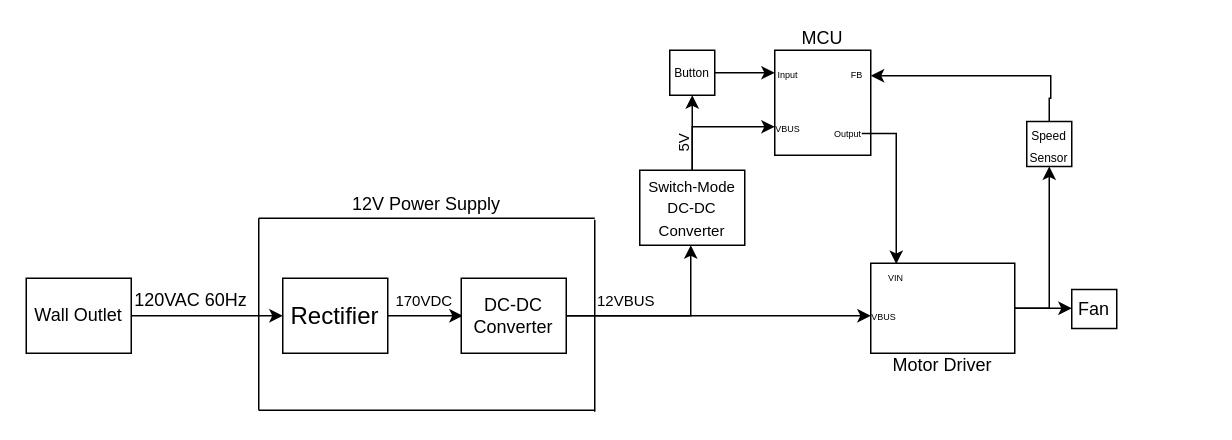
CodeAndJosh/fan_project keeps this draw.io diagram as System_Architecture.drawio. Above is the earlier version. Source tidied: cells renumbered, new cells numbered last; positions are measured from the earlier drawing's top-left corner, leaving out a move shared by most shapes. Both pictures are drawn from the tidied source at 150%, with x=0, y=0 at pixel (26, 26).
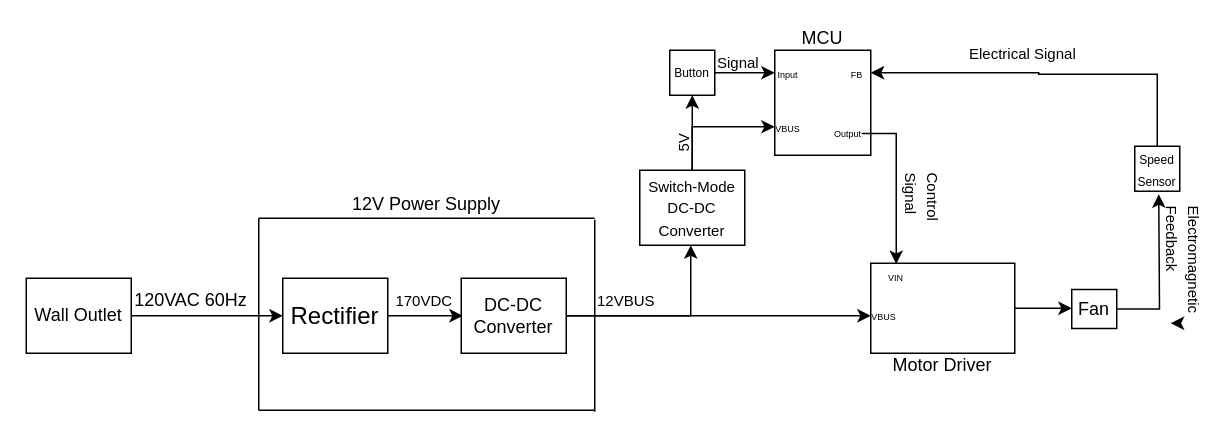
Above is the later version.

Unchanged cells that the change refers to:
```xml
<mxCell id="25" style="rounded=0;whiteSpace=wrap;html=1;" parent="1" vertex="1">
  <mxGeometry x="563" y="158" width="96" height="60" as="geometry" />
</mxCell>
<mxCell id="30" value="&lt;span style=&quot;font-size: 6px;&quot;&gt;FB&lt;/span&gt;" style="text;html=1;whiteSpace=wrap;strokeColor=none;fillColor=none;align=center;verticalAlign=middle;rounded=0;spacing=2;" parent="1" vertex="1">
  <mxGeometry x="545" y="27" width="18" height="8" as="geometry" />
</mxCell>
<mxCell id="38" value="Fan" style="rounded=0;whiteSpace=wrap;html=1;" parent="1" vertex="1">
  <mxGeometry x="697" y="175.5" width="30" height="26" as="geometry" />
</mxCell>
```

The edit, as a diff of the source:
```diff
@@
-    <mxCell id="23" style="edgeStyle=orthogonalEdgeStyle;rounded=0;jettySize=auto;html=1;entryX=0.5;entryY=1;entryDx=0;entryDy=0;" parent="1" edge="1" source="25" target="37">
-      <mxGeometry relative="1" as="geometry" />
-    </mxCell>
@@
-    <mxCell id="36" style="edgeStyle=orthogonalEdgeStyle;rounded=0;jettySize=auto;html=1;entryX=1;entryY=0.75;entryDx=0;entryDy=0;exitX=0.5;exitY=0;exitDx=0;exitDy=0;" parent="1" edge="1" source="37" target="30">
+    <mxCell id="36" style="edgeStyle=orthogonalEdgeStyle;rounded=0;jettySize=auto;html=1;entryX=1;entryY=0.5;entryDx=0;entryDy=0;" parent="1" edge="1" source="37" target="30">
       <mxGeometry relative="1" as="geometry">
         <Array as="points">
-          <mxPoint x="682" y="48" />
-          <mxPoint x="683" y="48" />
-          <mxPoint x="683" y="33" />
+          <mxPoint x="754" y="32" />
+          <mxPoint x="675" y="32" />
+          <mxPoint x="675" y="31" />
         </Array>
       </mxGeometry>
     </mxCell>
     <mxCell id="37" value="&lt;div style=&quot;&quot;&gt;&lt;span style=&quot;font-size: 8px; background-color: transparent; color: light-dark(rgb(0, 0, 0), rgb(255, 255, 255));&quot;&gt;Speed Sensor&lt;/span&gt;&lt;/div&gt;" style="whiteSpace=wrap;html=1;verticalAlign=middle;align=center;" parent="1" vertex="1">
-      <mxGeometry x="667" y="63.5" width="30" height="30" as="geometry" />
+      <mxGeometry x="739" y="80" width="30" height="30" as="geometry" />
     </mxCell>
+    <mxCell id="39" style="edgeStyle=orthogonalEdgeStyle;rounded=0;jettySize=auto;html=1;" parent="1" edge="1" source="38">
+      <mxGeometry relative="1" as="geometry">
+        <mxPoint x="755" y="112" as="targetPoint" />
+      </mxGeometry>
+    </mxCell>
@@
+    <mxCell id="40" value="&lt;font style=&quot;font-size: 10px;&quot;&gt;Signal&lt;/font&gt;" style="text;html=1;whiteSpace=wrap;strokeColor=none;fillColor=none;align=left;verticalAlign=middle;rounded=0;horizontal=0;rotation=90;" parent="1" vertex="1">
+      <mxGeometry x="465" y="9" width="18" height="30" as="geometry" />
+    </mxCell>
+    <mxCell id="41" value="&lt;font style=&quot;font-size: 10px;&quot;&gt;Control Signal&lt;/font&gt;" style="text;html=1;whiteSpace=wrap;strokeColor=none;fillColor=none;align=left;verticalAlign=middle;rounded=0;horizontal=0;rotation=180;" parent="1" vertex="1">
+      <mxGeometry x="589" y="96" width="18" height="30" as="geometry" />
+    </mxCell>
+    <mxCell id="42" value="&lt;font style=&quot;font-size: 10px;&quot;&gt;Electrical Signal&lt;/font&gt;" style="text;html=1;whiteSpace=wrap;strokeColor=none;fillColor=none;align=left;verticalAlign=middle;rounded=0;horizontal=0;rotation=90;" parent="1" vertex="1">
+      <mxGeometry x="658" y="-22" width="18" height="80" as="geometry" />
+    </mxCell>
+    <mxCell id="43" value="&lt;span style=&quot;font-size: 10px;&quot;&gt;Electromagnetic Feedback&lt;/span&gt;" style="text;html=1;whiteSpace=wrap;strokeColor=none;fillColor=none;align=left;verticalAlign=middle;rounded=0;horizontal=0;rotation=-180;" parent="1" vertex="1">
+      <mxGeometry x="763" y="118" width="18" height="80" as="geometry" />
+    </mxCell>
+    <mxCell id="44" style="edgeStyle=orthogonalEdgeStyle;rounded=0;orthogonalLoop=1;jettySize=auto;html=1;innerLoopWaypoints=1;exitX=0.75;exitY=0;exitDx=0;exitDy=0;entryX=1;entryY=0;entryDx=0;entryDy=0;" parent="1" edge="1" source="43" target="43">
+      <mxGeometry relative="1" as="geometry" />
+    </mxCell>
```
